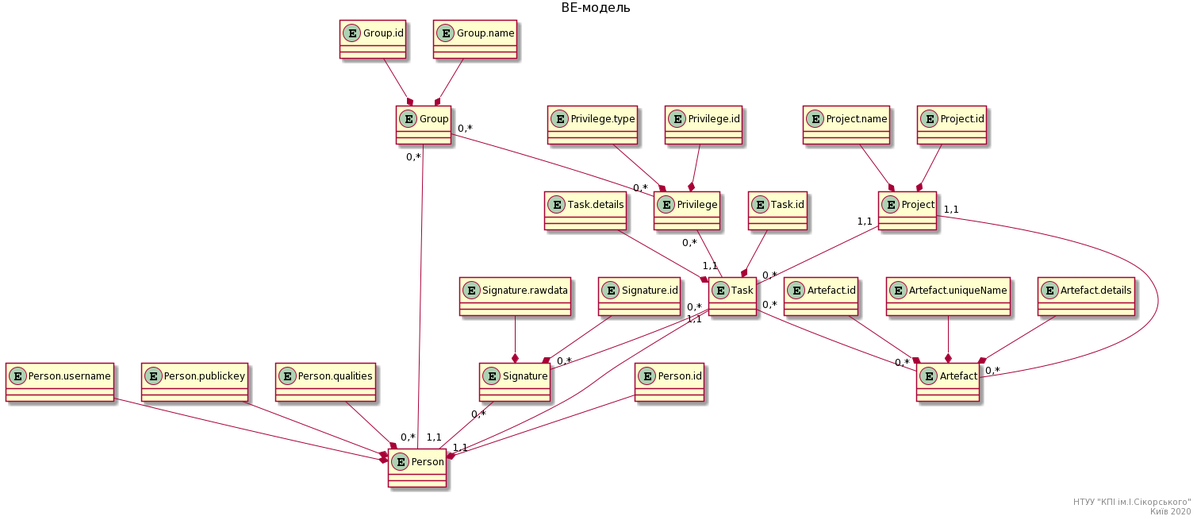
Earlier version of the PlantUML export docs/images/BE-model.png (TauruSSilver9029/OBD).
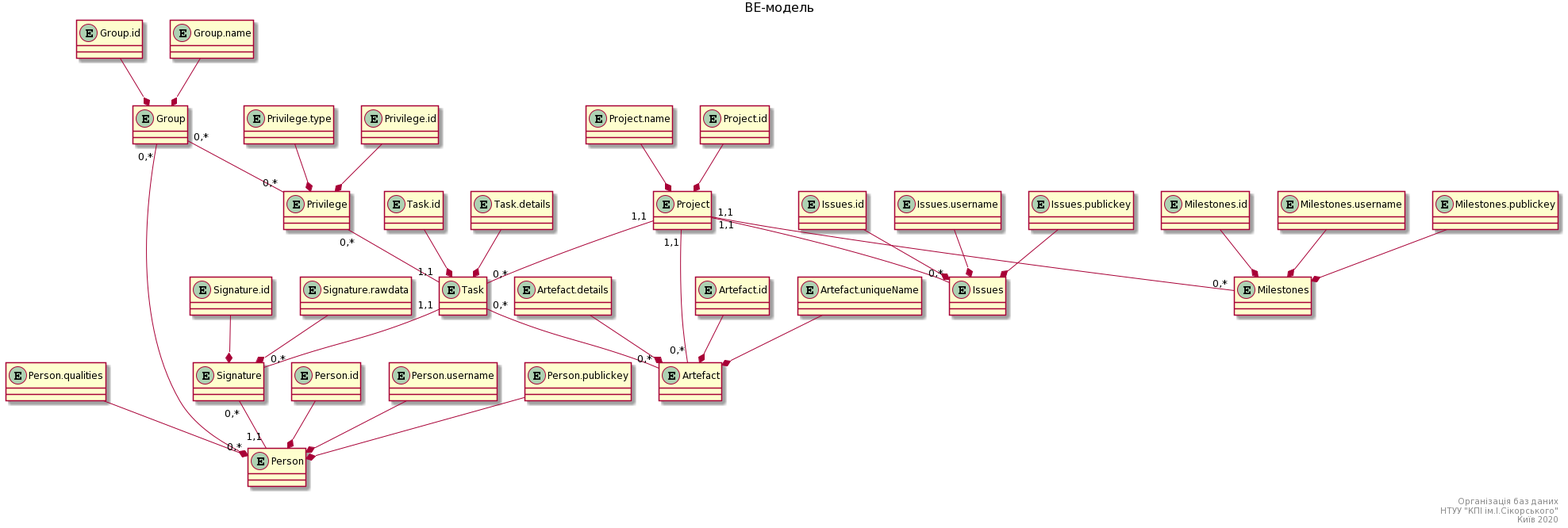
Later version of the same file.

Change to the diagram source:
```diff
@@ -13,6 +13,15 @@
 Person.username --* Person
 Person.publickey --* Person
 Person.qualities --* Person
+
+entity Issues
+entity Issues.id
+entity Issues.username
+entity Issues.publickey
+
+Issues.id --* Issues
+Issues.username --* Issues
+Issues.publickey --* Issues
 
 entity Group
 entity Group.id
@@ -42,6 +51,15 @@
 Signature.id --* Signature
 Signature.rawdata --* Signature
 
+entity Milestones
+entity Milestones.id
+entity Milestones.username
+entity Milestones.publickey
+
+Milestones.id --* Milestones
+Milestones.username --* Milestones
+Milestones.publickey --* Milestones
+
 entity Artefact
 entity Artefact.id
 entity Artefact.uniqueName
@@ -59,16 +77,18 @@
 Project.name --* Project
 
 Signature "0,*"--"1,1" Person
-Group "0,*"--"0,*" Person
+Group "0,*"--*"0,*" Person
 Group "0,*"--"0,*" Privilege
 Privilege "0,*"--"1,1" Task
 Task "1,1"--"0,*" Signature
-Task "0,*"-d-"1,1" Person
 Task "0,*"-d-"0,*" Artefact
 Project "1,1"--"0,*" Task
+Project "1,1"--"0,*" Issues
+Project "1,1"--"0,*" Milestones
 Project "1,1"--"0,*" Artefact
 
 right footer
+Організація баз даних
 НТУУ "КПІ ім.І.Сікорського"
 Київ 2020
 end footer
```
